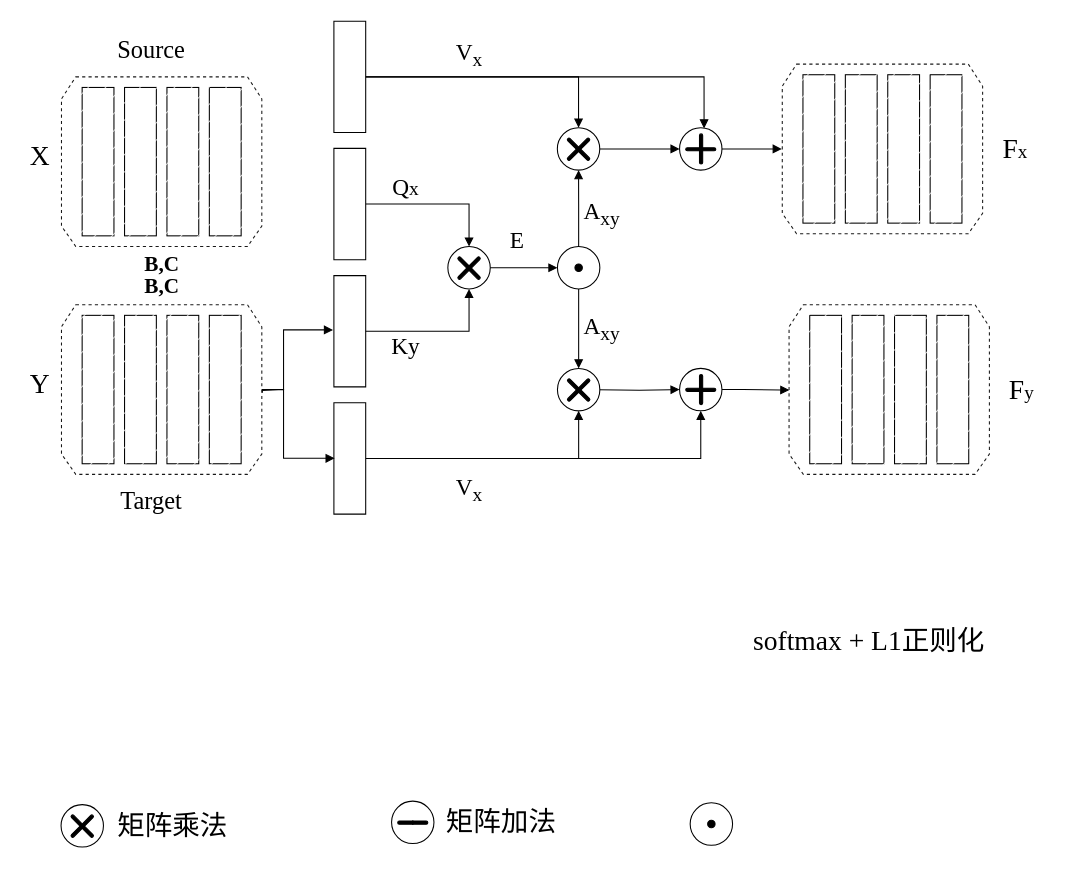
hyxy1906sbr/intelagr keeps this draw.io diagram as 未命名绘图4.drawio. Above is the earlier version. Source tidied: cells renumbered, new cells numbered last; positions are measured from the earlier drawing's top-left corner, leaving out a move shared by most shapes. Both pictures are drawn from the tidied source at 106%, with x=0, y=0 at pixel (18, 29).
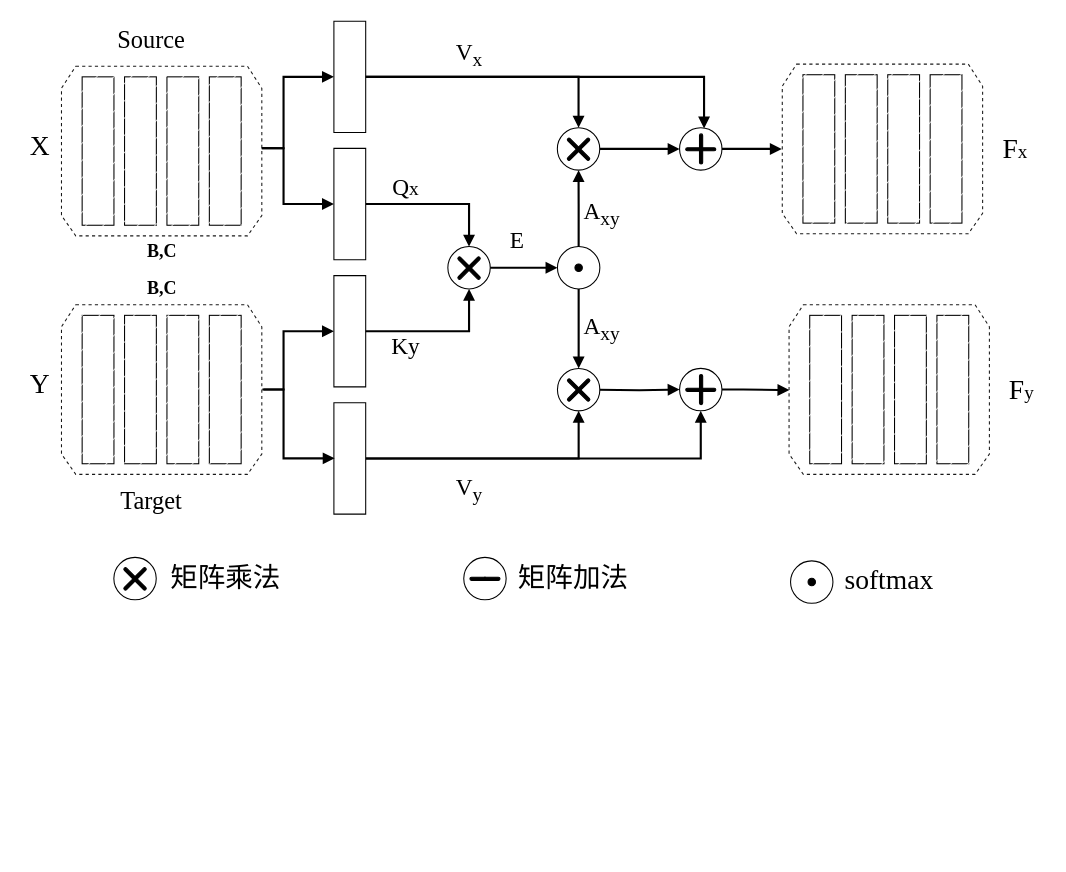
After the change.

Commit message (it also covers changes not shown here):
更新未命名绘图4.drawio

Unchanged cells that the change refers to:
```xml
<mxCell id="3" style="verticalLabelPosition=bottom;verticalAlign=top;html=1;shape=mxgraph.basic.rect;fillColor2=none;strokeWidth=1;size=20;indent=5;fillStyle=auto;rotation=90;fontFamily=Times New Roman;" parent="1" vertex="1">
  <mxGeometry x="260" y="150" width="105" height="30" as="geometry" />
</mxCell>
<mxCell id="4" style="verticalLabelPosition=bottom;verticalAlign=top;html=1;shape=mxgraph.basic.rect;fillColor2=none;strokeWidth=1;size=20;indent=5;fillStyle=auto;rotation=90;fontFamily=Times New Roman;" parent="1" vertex="1">
  <mxGeometry x="260" y="270" width="105" height="30" as="geometry" />
</mxCell>
<mxCell id="6" style="verticalLabelPosition=bottom;verticalAlign=top;html=1;shape=mxgraph.basic.rect;fillColor2=none;strokeWidth=1;size=20;indent=5;fillStyle=auto;rotation=90;fontFamily=Times New Roman;" parent="1" vertex="1">
  <mxGeometry x="260" y="30" width="105" height="30" as="geometry" />
</mxCell>
<mxCell id="11" style="ellipse;whiteSpace=wrap;html=1;fillStyle=auto;strokeColor=#000000;fillColor=#ffffff;rotation=45;fontFamily=Times New Roman;" parent="9" vertex="1">
  <mxGeometry x="8.3" y="8.3" width="40" height="40" as="geometry" />
</mxCell>
<mxCell id="32" style="ellipse;whiteSpace=wrap;html=1;fillStyle=auto;strokeColor=#000000;fillColor=#ffffff;fontFamily=Times New Roman;" parent="31" vertex="1">
  <mxGeometry x="0.1" y="0.1" width="40" height="40" as="geometry" />
</mxCell>
<mxCell id="81" style="verticalLabelPosition=bottom;verticalAlign=top;html=1;shape=mxgraph.basic.polygon;polyCoords=[[0.2,0],[0.8,0],[0.85,0.13],[0.85,0.88],[0.8,1],[0.2,1],[0.15,0.88],[0.15,0.13]];polyline=0;strokeColor=#000000;dashed=1;opacity=90;fillStyle=hatch;fontFamily=Times New Roman;" parent="76" vertex="1">
  <mxGeometry width="270" height="160" as="geometry" />
</mxCell>
<mxCell id="90" style="verticalLabelPosition=bottom;verticalAlign=top;html=1;shape=mxgraph.basic.polygon;polyCoords=[[0.2,0],[0.8,0],[0.85,0.13],[0.85,0.88],[0.8,1],[0.2,1],[0.15,0.88],[0.15,0.13]];polyline=0;strokeColor=#000000;dashed=1;opacity=90;fillStyle=hatch;fontFamily=Times New Roman;" parent="85" vertex="1">
  <mxGeometry width="270" height="160" as="geometry" />
</mxCell>
<mxCell id="95" style="verticalLabelPosition=bottom;verticalAlign=top;html=1;shape=mxgraph.basic.rect;fillColor2=none;strokeWidth=1;size=20;indent=5;fillStyle=auto;rotation=90;fontFamily=Times New Roman;" parent="1" vertex="1">
  <mxGeometry x="260" y="390" width="105" height="30" as="geometry" />
</mxCell>
<mxCell id="100" style="ellipse;whiteSpace=wrap;html=1;fillStyle=auto;strokeColor=#000000;fillColor=#ffffff;fontFamily=Times New Roman;" parent="99" vertex="1">
  <mxGeometry x="0.1" y="0.1" width="40" height="40" as="geometry" />
</mxCell>
<mxCell id="113" style="ellipse;whiteSpace=wrap;html=1;fillStyle=auto;strokeColor=#000000;fillColor=#ffffff;fontFamily=Times New Roman;fontSize=23;" parent="112" vertex="1">
  <mxGeometry width="40" height="40" as="geometry" />
</mxCell>
<mxCell id="130" style="ellipse;whiteSpace=wrap;html=1;fillStyle=auto;strokeColor=#000000;fillColor=#ffffff;fontFamily=Times New Roman;" parent="1" vertex="1">
  <mxGeometry x="508.3" y="93" width="40" height="40" as="geometry" />
</mxCell>
<mxCell id="140" style="ellipse;whiteSpace=wrap;html=1;fillStyle=auto;strokeColor=#000000;fillColor=#ffffff;fontFamily=Times New Roman;fontSize=23;" parent="1" vertex="1">
  <mxGeometry x="623.6" y="93" width="40" height="40" as="geometry" />
</mxCell>
<mxCell id="155" style="verticalLabelPosition=bottom;verticalAlign=top;html=1;shape=mxgraph.basic.polygon;polyCoords=[[0.2,0],[0.8,0],[0.85,0.13],[0.85,0.88],[0.8,1],[0.2,1],[0.15,0.88],[0.15,0.13]];polyline=0;strokeColor=#000000;dashed=1;opacity=90;fillStyle=hatch;fontFamily=Times New Roman;" parent="150" vertex="1">
  <mxGeometry width="270" height="160" as="geometry" />
</mxCell>
```

Change to the diagram source:
```diff
@@
-    <mxCell id="2" style="edgeStyle=orthogonalEdgeStyle;rounded=0;jettySize=auto;html=1;entryX=0.5;entryY=0;entryDx=0;entryDy=0;fontFamily=宋体;fontSize=26;endArrow=block;endFill=1;" parent="1" edge="1" source="3" target="32">
+    <mxCell id="2" style="edgeStyle=orthogonalEdgeStyle;rounded=0;jettySize=auto;html=1;entryX=0.5;entryY=0;entryDx=0;entryDy=0;fontFamily=宋体;fontSize=26;endArrow=block;endFill=1;strokeWidth=2;" parent="1" edge="1" source="3" target="32">
       <mxGeometry relative="1" as="geometry" />
     </mxCell>
+    <mxCell id="160" style="edgeStyle=orthogonalEdgeStyle;rounded=0;jettySize=auto;html=1;entryX=0.849;entryY=0.483;entryDx=0;entryDy=0;entryPerimeter=0;startArrow=block;startFill=1;endArrow=none;endFill=0;strokeWidth=2;" parent="1" edge="1" source="3" target="155">
+      <mxGeometry relative="1" as="geometry">
+        <Array as="points">
+          <mxPoint x="250" y="165" />
+          <mxPoint x="250" y="112" />
+        </Array>
+      </mxGeometry>
+    </mxCell>
@@
+    <mxCell id="161" style="edgeStyle=orthogonalEdgeStyle;rounded=0;jettySize=auto;html=1;entryX=0.856;entryY=0.5;entryDx=0;entryDy=0;entryPerimeter=0;startArrow=block;startFill=1;endArrow=none;endFill=0;strokeWidth=2;" parent="1" edge="1" source="4" target="81">
+      <mxGeometry relative="1" as="geometry">
+        <Array as="points">
+          <mxPoint x="250" y="285" />
+          <mxPoint x="250" y="340" />
+        </Array>
+      </mxGeometry>
+    </mxCell>
@@
-    <mxCell id="5" style="edgeStyle=orthogonalEdgeStyle;rounded=0;jettySize=auto;html=1;entryX=0.578;entryY=0.017;entryDx=0;entryDy=0;entryPerimeter=0;fontFamily=Times New Roman;fontSize=20;startArrow=none;startFill=0;endArrow=block;endFill=1;" parent="1" edge="1" source="6" target="140">
+    <mxCell id="5" style="edgeStyle=orthogonalEdgeStyle;rounded=0;jettySize=auto;html=1;entryX=0.578;entryY=0.017;entryDx=0;entryDy=0;entryPerimeter=0;fontFamily=Times New Roman;fontSize=20;startArrow=none;startFill=0;endArrow=block;endFill=1;strokeWidth=2;" parent="1" edge="1" source="6" target="140">
       <mxGeometry relative="1" as="geometry" />
     </mxCell>
+    <mxCell id="162" style="edgeStyle=orthogonalEdgeStyle;rounded=0;jettySize=auto;html=1;entryX=0.851;entryY=0.483;entryDx=0;entryDy=0;entryPerimeter=0;startArrow=block;startFill=1;endArrow=none;endFill=0;strokeWidth=2;" parent="1" edge="1" source="6" target="155">
+      <mxGeometry relative="1" as="geometry">
+        <Array as="points">
+          <mxPoint x="250" y="45" />
+          <mxPoint x="250" y="112" />
+        </Array>
+      </mxGeometry>
+    </mxCell>
@@
-    <mxCell id="7" style="edgeStyle=orthogonalEdgeStyle;rounded=0;jettySize=auto;html=1;entryX=0.5;entryY=0;entryDx=0;entryDy=0;endArrow=block;endFill=1;fontFamily=Times New Roman;" parent="1" edge="1" source="6" target="130">
+    <mxCell id="7" style="edgeStyle=orthogonalEdgeStyle;rounded=0;jettySize=auto;html=1;entryX=0.5;entryY=0;entryDx=0;entryDy=0;endArrow=block;endFill=1;fontFamily=Times New Roman;strokeWidth=2;" parent="1" edge="1" source="6" target="130">
       <mxGeometry relative="1" as="geometry" />
     </mxCell>
-    <mxCell id="8" style="edgeStyle=orthogonalEdgeStyle;rounded=0;jettySize=auto;html=1;endArrow=block;endFill=1;entryX=0.5;entryY=1;entryDx=0;entryDy=0;fontFamily=Times New Roman;" parent="1" edge="1" source="4" target="32">
+    <mxCell id="8" style="edgeStyle=orthogonalEdgeStyle;rounded=0;jettySize=auto;html=1;endArrow=block;endFill=1;entryX=0.5;entryY=1;entryDx=0;entryDy=0;fontFamily=Times New Roman;strokeWidth=2;" parent="1" edge="1" source="4" target="32">
       <mxGeometry relative="1" as="geometry" />
     </mxCell>
@@
-    <mxCell id="22" value="&lt;b&gt;&lt;font style=&quot;font-size: 20px;&quot;&gt;B,C&lt;/font&gt;&lt;/b&gt;" style="text;html=1;align=center;verticalAlign=middle;strokeColor=none;fillColor=none;fontSize=26;fontFamily=Times New Roman;" parent="1" vertex="1">
-      <mxGeometry x="105" y="200" width="60" height="40" as="geometry" />
+    <mxCell id="22" value="&lt;b style=&quot;font-size: 17px;&quot;&gt;&lt;font style=&quot;font-size: 17px;&quot;&gt;B,C&lt;/font&gt;&lt;/b&gt;" style="text;html=1;align=center;verticalAlign=middle;strokeColor=none;fillColor=none;fontSize=17;fontFamily=Times New Roman;" parent="1" vertex="1">
+      <mxGeometry x="110" y="195" width="50" height="30" as="geometry" />
     </mxCell>
@@
     <mxCell id="44" value="&lt;font face=&quot;宋体&quot;&gt;矩阵乘法&lt;/font&gt;" style="text;html=1;align=center;verticalAlign=middle;strokeColor=none;fillColor=none;fontSize=26;fontFamily=Times New Roman;" parent="1" vertex="1">
-      <mxGeometry x="80.2" y="726.6" width="130" height="50" as="geometry" />
+      <mxGeometry x="130" y="493.3" width="130" height="50" as="geometry" />
     </mxCell>
     <mxCell id="45" style="group;" parent="1" vertex="1">
-      <mxGeometry x="351.9" y="720" width="168.3" height="56.6" as="geometry" />
+      <mxGeometry x="420" y="490" width="168.3" height="56.6" as="geometry" />
     </mxCell>
@@
     <mxCell id="54" style="group;fontFamily=Times New Roman;" parent="1" vertex="1">
-      <mxGeometry x="625.3" y="721.6" width="56.6" height="56.6" as="geometry" />
+      <mxGeometry x="720" y="493.3" width="56.6" height="56.6" as="geometry" />
     </mxCell>
@@
     <mxCell id="62" style="group;" parent="1" vertex="1">
-      <mxGeometry x="40" y="731.5" width="40.2" height="40.2" as="geometry" />
+      <mxGeometry x="89.8" y="498.2" width="40.2" height="40.2" as="geometry" />
     </mxCell>
@@
-    <mxCell id="75" value="softmax + L1&lt;font face=&quot;宋体&quot;&gt;正则化&lt;/font&gt;" style="text;html=1;align=center;verticalAlign=middle;strokeColor=none;fillColor=none;fontSize=26;fontFamily=Times New Roman;" parent="1" vertex="1">
-      <mxGeometry x="681.6" y="556.6" width="240" height="40" as="geometry" />
+    <mxCell id="75" value="softmax" style="text;html=1;align=center;verticalAlign=middle;strokeColor=none;fillColor=none;fontSize=26;fontFamily=Times New Roman;" parent="1" vertex="1">
+      <mxGeometry x="765.8" y="500" width="110" height="40" as="geometry" />
     </mxCell>
@@
-    <mxCell id="83" value="&lt;b&gt;&lt;font style=&quot;font-size: 20px;&quot;&gt;B,C&lt;/font&gt;&lt;/b&gt;" style="text;html=1;align=center;verticalAlign=middle;strokeColor=none;fillColor=none;fontSize=26;fontFamily=Times New Roman;" parent="1" vertex="1">
-      <mxGeometry x="105" y="220" width="60" height="40" as="geometry" />
+    <mxCell id="83" value="&lt;b style=&quot;font-size: 17px;&quot;&gt;&lt;font style=&quot;font-size: 17px;&quot;&gt;B,C&lt;/font&gt;&lt;/b&gt;" style="text;html=1;align=center;verticalAlign=middle;strokeColor=none;fillColor=none;fontSize=17;fontFamily=Times New Roman;" parent="1" vertex="1">
+      <mxGeometry x="110" y="230" width="50" height="30" as="geometry" />
     </mxCell>
@@
-    <mxCell id="93" style="edgeStyle=orthogonalEdgeStyle;rounded=0;jettySize=auto;html=1;entryX=0.5;entryY=1;entryDx=0;entryDy=0;fontFamily=Times New Roman;fontSize=20;startArrow=none;startFill=0;endArrow=block;endFill=1;" parent="1" edge="1" source="95" target="100">
+    <mxCell id="93" style="edgeStyle=orthogonalEdgeStyle;rounded=0;jettySize=auto;html=1;entryX=0.5;entryY=1;entryDx=0;entryDy=0;fontFamily=Times New Roman;fontSize=20;startArrow=none;startFill=0;endArrow=block;endFill=1;strokeWidth=2;" parent="1" edge="1" source="95" target="100">
       <mxGeometry relative="1" as="geometry" />
     </mxCell>
-    <mxCell id="94" style="edgeStyle=orthogonalEdgeStyle;rounded=0;jettySize=auto;html=1;entryX=0.5;entryY=1;entryDx=0;entryDy=0;fontFamily=Times New Roman;fontSize=20;startArrow=none;startFill=0;endArrow=block;endFill=1;" parent="1" edge="1" source="95" target="113">
+    <mxCell id="94" style="edgeStyle=orthogonalEdgeStyle;rounded=0;jettySize=auto;html=1;entryX=0.5;entryY=1;entryDx=0;entryDy=0;fontFamily=Times New Roman;fontSize=20;startArrow=none;startFill=0;endArrow=block;endFill=1;strokeWidth=2;" parent="1" edge="1" source="95" target="113">
       <mxGeometry relative="1" as="geometry" />
     </mxCell>
@@
-    <mxCell id="96" style="edgeStyle=orthogonalEdgeStyle;rounded=0;jettySize=auto;html=1;entryX=0.488;entryY=1.029;entryDx=0;entryDy=0;entryPerimeter=0;fontFamily=Times New Roman;fontSize=20;startArrow=none;startFill=0;endArrow=block;endFill=1;" parent="1" edge="1" target="4">
-      <mxGeometry relative="1" as="geometry">
-        <mxPoint x="230" y="340" as="sourcePoint" />
-        <Array as="points">
-          <mxPoint x="230" y="343" />
-          <mxPoint x="230" y="340" />
-          <mxPoint x="250" y="340" />
-          <mxPoint x="250" y="284" />
-        </Array>
-      </mxGeometry>
-    </mxCell>
-    <mxCell id="97" style="edgeStyle=orthogonalEdgeStyle;rounded=0;jettySize=auto;html=1;entryX=0.499;entryY=0.977;entryDx=0;entryDy=0;entryPerimeter=0;fontFamily=Times New Roman;fontSize=20;startArrow=none;startFill=0;endArrow=block;endFill=1;exitX=0.852;exitY=0.506;exitDx=0;exitDy=0;exitPerimeter=0;" parent="1" edge="1" source="81" target="95">
+    <mxCell id="97" style="edgeStyle=orthogonalEdgeStyle;rounded=0;jettySize=auto;html=1;entryX=0.499;entryY=0.977;entryDx=0;entryDy=0;entryPerimeter=0;fontFamily=Times New Roman;fontSize=20;startArrow=none;startFill=0;endArrow=block;endFill=1;strokeWidth=2;" parent="1" edge="1" target="95">
       <mxGeometry relative="1" as="geometry">
+        <mxPoint x="230" y="340" as="sourcePoint" />
         <Array as="points">
           <mxPoint x="250" y="340" />
           <mxPoint x="250" y="405" />
         </Array>
       </mxGeometry>
     </mxCell>
-    <mxCell id="98" style="edgeStyle=orthogonalEdgeStyle;rounded=0;jettySize=auto;html=1;endArrow=block;endFill=1;fontFamily=Times New Roman;entryX=0;entryY=0.5;entryDx=0;entryDy=0;" parent="1" edge="1" target="113">
+    <mxCell id="98" style="edgeStyle=orthogonalEdgeStyle;rounded=0;jettySize=auto;html=1;endArrow=block;endFill=1;fontFamily=Times New Roman;entryX=0;entryY=0.5;entryDx=0;entryDy=0;strokeWidth=2;" parent="1" edge="1" target="113">
       <mxGeometry relative="1" as="geometry">
         <mxPoint x="546.6" y="340.2" as="sourcePoint" />
       </mxGeometry>
     </mxCell>
@@
-    <mxCell id="124" style="edgeStyle=orthogonalEdgeStyle;rounded=0;jettySize=auto;html=1;entryX=0.5;entryY=0;entryDx=0;entryDy=0;fontFamily=Times New Roman;fontSize=20;startArrow=none;startFill=0;endArrow=block;endFill=1;" parent="1" edge="1" source="11" target="100">
+    <mxCell id="124" style="edgeStyle=orthogonalEdgeStyle;rounded=0;jettySize=auto;html=1;entryX=0.5;entryY=0;entryDx=0;entryDy=0;fontFamily=Times New Roman;fontSize=20;startArrow=none;startFill=0;endArrow=block;endFill=1;strokeWidth=2;" parent="1" edge="1" source="11" target="100">
       <mxGeometry relative="1" as="geometry" />
     </mxCell>
@@
-    <mxCell id="126" style="edgeStyle=orthogonalEdgeStyle;rounded=0;jettySize=auto;html=1;entryX=0.151;entryY=0.503;entryDx=0;entryDy=0;entryPerimeter=0;fontFamily=Times New Roman;fontSize=20;startArrow=none;startFill=0;endArrow=block;endFill=1;" parent="1" edge="1" source="113" target="90">
+    <mxCell id="126" style="edgeStyle=orthogonalEdgeStyle;rounded=0;jettySize=auto;html=1;entryX=0.151;entryY=0.503;entryDx=0;entryDy=0;entryPerimeter=0;fontFamily=Times New Roman;fontSize=20;startArrow=none;startFill=0;endArrow=block;endFill=1;strokeWidth=2;" parent="1" edge="1" source="113" target="90">
       <mxGeometry relative="1" as="geometry" />
     </mxCell>
@@
-    <mxCell id="128" value="&lt;font style=&quot;font-size: 22px;&quot;&gt;V&lt;sub&gt;x&lt;/sub&gt;&lt;/font&gt;" style="text;html=1;align=center;verticalAlign=middle;strokeColor=none;fillColor=none;fontFamily=Times New Roman;" parent="1" vertex="1">
-      <mxGeometry x="400" y="410" width="50" height="50" as="geometry" />
+    <mxCell id="128" value="&lt;font style=&quot;font-size: 22px;&quot;&gt;V&lt;sub&gt;y&lt;/sub&gt;&lt;/font&gt;" style="text;html=1;align=center;verticalAlign=middle;strokeColor=none;fillColor=none;fontFamily=Times New Roman;" parent="1" vertex="1">
+      <mxGeometry x="400" y="415" width="50" height="40" as="geometry" />
     </mxCell>
-    <mxCell id="129" style="edgeStyle=orthogonalEdgeStyle;rounded=0;jettySize=auto;html=1;fontFamily=Times New Roman;fontSize=20;startArrow=none;startFill=0;endArrow=block;endFill=1;" parent="1" edge="1" source="130" target="140">
+    <mxCell id="129" style="edgeStyle=orthogonalEdgeStyle;rounded=0;jettySize=auto;html=1;fontFamily=Times New Roman;fontSize=20;startArrow=none;startFill=0;endArrow=block;endFill=1;strokeWidth=2;" parent="1" edge="1" source="130" target="140">
       <mxGeometry relative="1" as="geometry" />
     </mxCell>
@@
-    <mxCell id="139" style="edgeStyle=orthogonalEdgeStyle;rounded=0;jettySize=auto;html=1;fontFamily=Times New Roman;fontSize=20;startArrow=none;startFill=0;endArrow=block;endFill=1;" parent="1" edge="1" source="140">
+    <mxCell id="139" style="edgeStyle=orthogonalEdgeStyle;rounded=0;jettySize=auto;html=1;fontFamily=Times New Roman;fontSize=20;startArrow=none;startFill=0;endArrow=block;endFill=1;strokeWidth=2;" parent="1" edge="1" source="140">
       <mxGeometry relative="1" as="geometry">
         <mxPoint x="720" y="113" as="targetPoint" />
       </mxGeometry>
     </mxCell>
@@
     <mxCell id="149" style="group;" parent="1" vertex="1">
-      <mxGeometry width="270" height="205" as="geometry" />
+      <mxGeometry y="-10" width="270" height="205" as="geometry" />
     </mxCell>
@@
-    <mxCell id="158" style="edgeStyle=orthogonalEdgeStyle;rounded=0;jettySize=auto;html=1;entryX=0;entryY=1;entryDx=0;entryDy=0;fontFamily=Times New Roman;fontSize=20;startArrow=none;startFill=0;endArrow=block;endFill=1;" parent="1" edge="1" source="32" target="11">
+    <mxCell id="158" style="edgeStyle=orthogonalEdgeStyle;rounded=0;jettySize=auto;html=1;entryX=0;entryY=1;entryDx=0;entryDy=0;fontFamily=Times New Roman;fontSize=20;startArrow=none;startFill=0;endArrow=block;endFill=1;strokeWidth=2;" parent="1" edge="1" source="32" target="11">
       <mxGeometry relative="1" as="geometry" />
     </mxCell>
-    <mxCell id="159" style="edgeStyle=orthogonalEdgeStyle;rounded=0;jettySize=auto;html=1;fontFamily=Times New Roman;fontSize=20;startArrow=none;startFill=0;endArrow=block;endFill=1;" parent="1" edge="1" source="11" target="130">
+    <mxCell id="159" style="edgeStyle=orthogonalEdgeStyle;rounded=0;jettySize=auto;html=1;fontFamily=Times New Roman;fontSize=20;startArrow=none;startFill=0;endArrow=block;endFill=1;strokeWidth=2;" parent="1" edge="1" source="11" target="130">
       <mxGeometry relative="1" as="geometry" />
     </mxCell>
```
